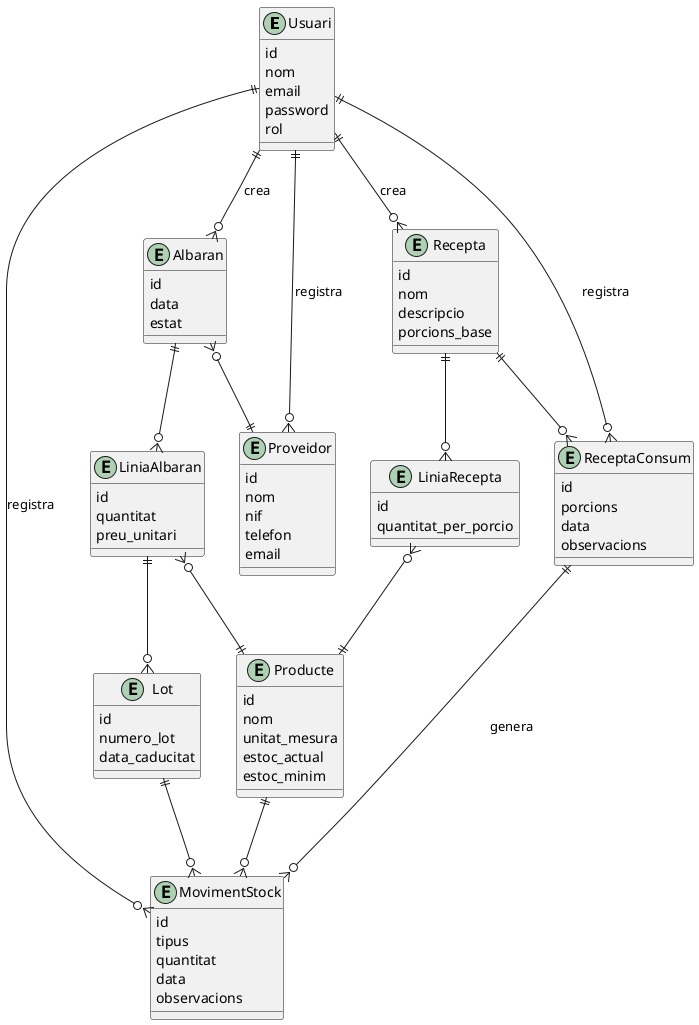
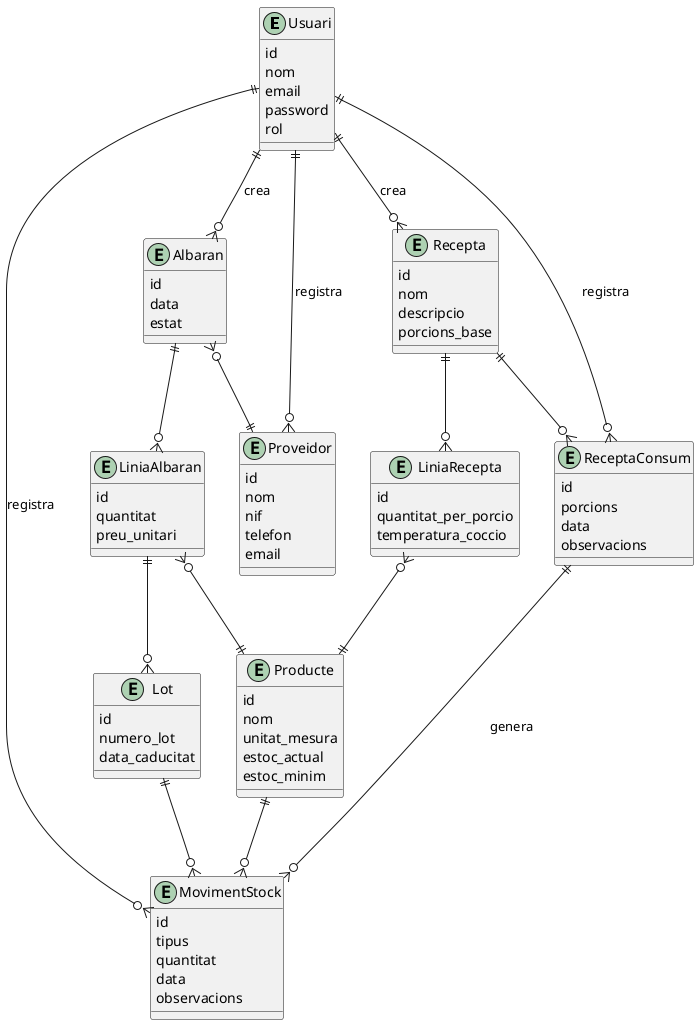
"@startuml vitalis"
entity "Usuari" as Usuari {
  id
  nom
  email
  password
  rol
}
entity "Albaran" as Albaran {
  id
  data
  estat
}
entity "Proveidor" as Proveidor {
  id
  nom
  nif
  telefon
  email
}
entity "LiniaAlbaran" as LiniaAlbaran {
  id
  quantitat
  preu_unitari
}
entity "Producte" as Producte {
  id
  nom
  unitat_mesura
  estoc_actual
  estoc_minim
}
entity "Lot" as Lot {
  id
  numero_lot
  data_caducitat
}
entity "MovimentStock" as MovimentStock {
  id
  tipus
  quantitat
  data
  observacions
}
entity "Recepta" as Recepta {
  id
  nom
  descripcio
  porcions_base
}
entity "LiniaRecepta" as LiniaRecepta {
  id
  quantitat_per_porcio
+   temperatura_coccio
}
entity "ReceptaConsum" as ReceptaConsum {
  id
  porcions
  data
  observacions
}

' Relacions originals
Usuari ||--o{ Albaran : "crea"
Albaran }o--|| Proveidor : ""
Usuari ||--o{ Proveidor : "registra"
Albaran ||--o{ LiniaAlbaran : ""
LiniaAlbaran }o--|| Producte : ""
LiniaAlbaran ||--o{ Lot : ""

' Relacions d'estoc
Producte ||--o{ MovimentStock : ""
Lot ||--o{ MovimentStock : ""
Usuari ||--o{ MovimentStock : "registra"

' Relacions de receptes
Usuari ||--o{ Recepta : "crea"
Recepta ||--o{ LiniaRecepta : ""
LiniaRecepta }o--|| Producte : ""
Usuari ||--o{ ReceptaConsum : "registra"
Recepta ||--o{ ReceptaConsum : ""
ReceptaConsum ||--o{ MovimentStock : "genera"
@enduml